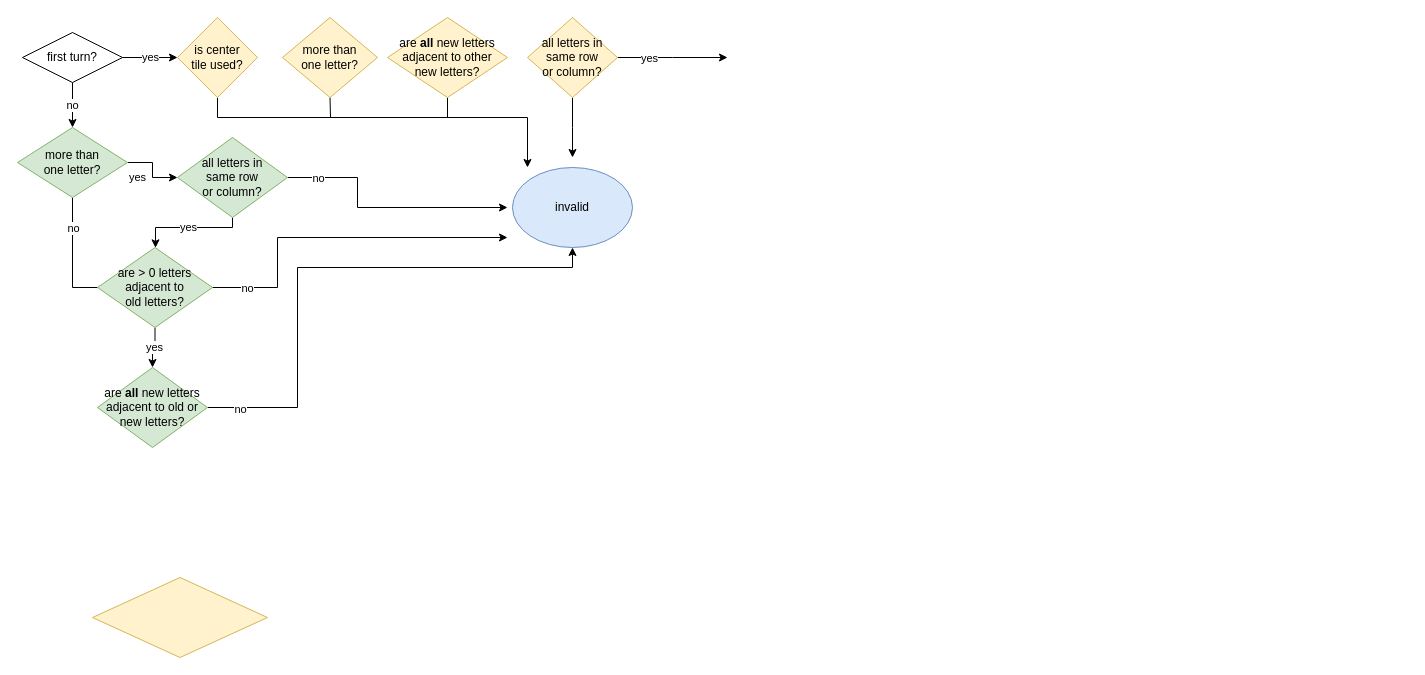
The draw.io diagram scrooble_scoring.drawio in davebenjoya/scrooble, before the edit. Source tidied: cells renumbered, new cells numbered last; positions are measured from the earlier drawing's top-left corner, leaving out a move shared by most shapes. Both pictures are drawn from the tidied source at 100%, with x=0, y=0 at pixel (17, 17).
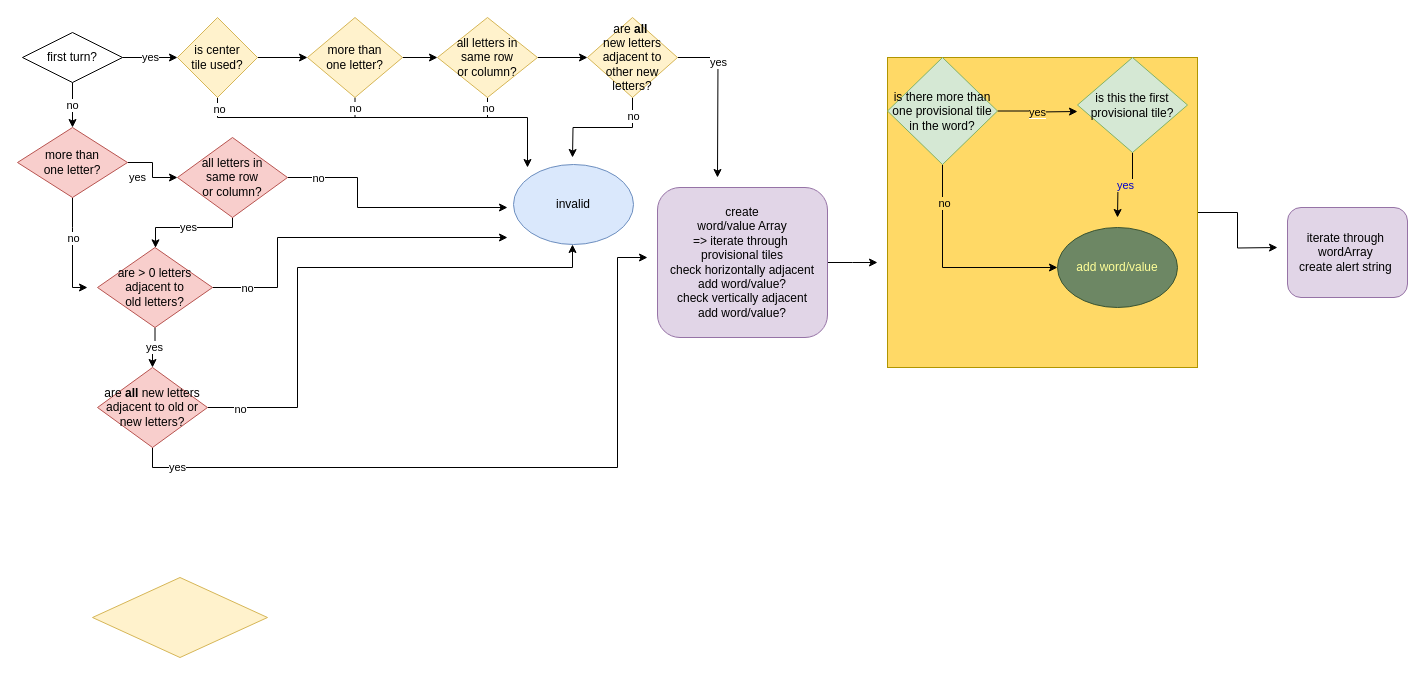
Above is the later version.

Unchanged cells that the change refers to:
```xml
<mxCell id="18" style="edgeStyle=orthogonalEdgeStyle;rounded=0;jettySize=auto;html=1;" parent="1" edge="1" source="19">
  <mxGeometry relative="1" as="geometry">
    <mxPoint x="510" y="150" as="targetPoint" />
    <Array as="points">
      <mxPoint x="200" y="100" />
      <mxPoint x="510" y="100" />
    </Array>
  </mxGeometry>
</mxCell>
<mxCell id="19" value="is center &lt;br&gt;tile used?" style="rhombus;whiteSpace=wrap;html=1;fillColor=#fff2cc;strokeColor=#d6b656;" parent="1" vertex="1">
  <mxGeometry x="160" width="80" height="80" as="geometry" />
</mxCell>
<mxCell id="28" style="edgeStyle=orthogonalEdgeStyle;rounded=0;jettySize=auto;html=1;exitX=0.5;exitY=1;exitDx=0;exitDy=0;" parent="1" edge="1" source="31">
  <mxGeometry relative="1" as="geometry">
    <mxPoint x="555" y="140" as="targetPoint" />
  </mxGeometry>
</mxCell>
```

The edit, as a diff of the source:
```diff
@@
+    <mxCell id="32" style="edgeStyle=orthogonalEdgeStyle;rounded=0;jettySize=auto;html=1;startArrow=none;startFill=0;endArrow=classic;endFill=1;strokeWidth=1;fillColor=#85FFFB;fontColor=#0000CC;" parent="1" edge="1" source="33">
+      <mxGeometry relative="1" as="geometry">
+        <mxPoint x="1260" y="230" as="targetPoint" />
+      </mxGeometry>
+    </mxCell>
+    <mxCell id="33" style="whiteSpace=wrap;html=1;strokeColor=#B09500;fontColor=#ffffff;fillColor=#FFD966;" parent="1" vertex="1">
+      <mxGeometry x="870" y="40" width="310" height="310" as="geometry" />
+    </mxCell>
@@
     <mxCell id="3" style="edgeStyle=orthogonalEdgeStyle;rounded=0;jettySize=auto;html=1;" parent="1" edge="1" source="5">
       <mxGeometry relative="1" as="geometry">
-        <mxPoint x="190" y="270" as="targetPoint" />
+        <mxPoint x="70" y="270" as="targetPoint" />
         <Array as="points">
-          <mxPoint x="55" y="270" />
+          <mxPoint x="55" y="210" />
+          <mxPoint x="55" y="210" />
         </Array>
       </mxGeometry>
     </mxCell>
     <mxCell id="4" value="no" style="edgeLabel;html=1;align=center;verticalAlign=middle;" parent="3" vertex="1">
       <mxGeometry x="0.13" y="-3" relative="1" as="geometry">
-        <mxPoint x="-37" y="-63" as="offset" />
+        <mxPoint x="3" y="-19" as="offset" />
       </mxGeometry>
     </mxCell>
-    <mxCell id="5" value="more than &lt;br&gt;one letter?" style="rhombus;whiteSpace=wrap;html=1;fillColor=#d5e8d4;strokeColor=#82b366;" parent="1" vertex="1">
+    <mxCell id="5" value="more than &lt;br&gt;one letter?" style="rhombus;whiteSpace=wrap;html=1;fillColor=#f8cecc;strokeColor=#b85450;" parent="1" vertex="1">
       <mxGeometry y="110" width="110" height="70" as="geometry" />
     </mxCell>
@@
-    <mxCell id="9" value="all letters in &lt;br&gt;same row &lt;br&gt;or column?" style="rhombus;whiteSpace=wrap;html=1;fillColor=#d5e8d4;strokeColor=#82b366;" parent="1" vertex="1">
+    <mxCell id="9" value="all letters in &lt;br&gt;same row &lt;br&gt;or column?" style="rhombus;whiteSpace=wrap;html=1;fillColor=#f8cecc;strokeColor=#b85450;" parent="1" vertex="1">
       <mxGeometry x="160" y="120" width="110" height="80" as="geometry" />
     </mxCell>
@@
+    <mxCell id="34" style="edgeStyle=orthogonalEdgeStyle;rounded=0;jettySize=auto;html=1;exitX=0.5;exitY=1;exitDx=0;exitDy=0;startArrow=none;startFill=0;endArrow=classic;endFill=1;" parent="1" edge="1" source="12">
+      <mxGeometry relative="1" as="geometry">
+        <mxPoint x="630" y="240" as="targetPoint" />
+        <Array as="points">
+          <mxPoint x="135" y="450" />
+          <mxPoint x="600" y="450" />
+          <mxPoint x="600" y="240" />
+        </Array>
+      </mxGeometry>
+    </mxCell>
+    <mxCell id="35" value="yes" style="edgeLabel;html=1;align=center;verticalAlign=middle;" parent="34" vertex="1">
+      <mxGeometry x="-0.88" y="1" relative="1" as="geometry" />
+    </mxCell>
-    <mxCell id="12" value="are &lt;b&gt;all&lt;/b&gt; new letters &lt;br&gt;adjacent to old or &lt;br&gt;new letters?" style="rhombus;whiteSpace=wrap;html=1;fillColor=#d5e8d4;strokeColor=#82b366;" parent="1" vertex="1">
+    <mxCell id="12" value="are &lt;b&gt;all&lt;/b&gt; new letters &lt;br&gt;adjacent to old or &lt;br&gt;new letters?" style="rhombus;whiteSpace=wrap;html=1;fillColor=#f8cecc;strokeColor=#b85450;" parent="1" vertex="1">
       <mxGeometry x="80" y="350" width="110" height="80" as="geometry" />
     </mxCell>
@@
     <mxCell id="14" value="invalid" style="ellipse;whiteSpace=wrap;html=1;fillColor=#dae8fc;strokeColor=#6c8ebf;" parent="1" vertex="1">
-      <mxGeometry x="495" y="150" width="120" height="80" as="geometry" />
+      <mxGeometry x="496" y="147" width="120" height="80" as="geometry" />
     </mxCell>
@@
+    <mxCell id="36" value="no" style="edgeLabel;html=1;align=center;verticalAlign=middle;" parent="18" vertex="1">
+      <mxGeometry x="-0.94" y="1" relative="1" as="geometry" />
+    </mxCell>
+    <mxCell id="37" style="edgeStyle=orthogonalEdgeStyle;rounded=0;jettySize=auto;html=1;startArrow=none;startFill=0;endArrow=classic;endFill=1;" parent="1" edge="1" source="19" target="27">
+      <mxGeometry relative="1" as="geometry" />
+    </mxCell>
@@
-    <mxCell id="23" value="are &amp;gt; 0 letters&lt;br&gt;adjacent to &lt;br&gt;old letters?" style="rhombus;whiteSpace=wrap;html=1;fillColor=#d5e8d4;strokeColor=#82b366;" parent="1" vertex="1">
+    <mxCell id="23" value="are &amp;gt; 0 letters&lt;br&gt;adjacent to &lt;br&gt;old letters?" style="rhombus;whiteSpace=wrap;html=1;fillColor=#f8cecc;strokeColor=#b85450;" parent="1" vertex="1">
       <mxGeometry x="80" y="230" width="115" height="80" as="geometry" />
     </mxCell>
     <mxCell id="24" style="edgeStyle=orthogonalEdgeStyle;rounded=0;jettySize=auto;html=1;exitX=0.5;exitY=1;exitDx=0;exitDy=0;startArrow=none;startFill=0;endArrow=none;endFill=0;" parent="1" edge="1" source="25">
       <mxGeometry relative="1" as="geometry">
-        <mxPoint x="430" y="100" as="targetPoint" />
+        <mxPoint x="440" y="100" as="targetPoint" />
+        <Array as="points">
+          <mxPoint x="470" y="100" />
+        </Array>
       </mxGeometry>
     </mxCell>
+    <mxCell id="38" value="no" style="edgeLabel;html=1;align=center;verticalAlign=middle;" parent="24" vertex="1">
+      <mxGeometry x="-0.2" y="1" relative="1" as="geometry">
+        <mxPoint y="-11" as="offset" />
+      </mxGeometry>
+    </mxCell>
+    <mxCell id="39" style="edgeStyle=orthogonalEdgeStyle;rounded=0;jettySize=auto;html=1;exitX=1;exitY=0.5;exitDx=0;exitDy=0;startArrow=none;startFill=0;endArrow=classic;endFill=1;entryX=0;entryY=0.5;entryDx=0;entryDy=0;" parent="1" edge="1" source="25" target="31">
+      <mxGeometry relative="1" as="geometry" />
+    </mxCell>
-    <mxCell id="25" value="are &lt;b&gt;all&lt;/b&gt; new letters &lt;br&gt;adjacent to other&lt;br&gt;new letters?" style="rhombus;whiteSpace=wrap;html=1;fillColor=#fff2cc;strokeColor=#d6b656;" parent="1" vertex="1">
-      <mxGeometry x="370" width="120" height="80" as="geometry" />
+    <mxCell id="25" value="all letters in&lt;br&gt;same row&lt;br&gt;or column?" style="rhombus;whiteSpace=wrap;html=1;fillColor=#fff2cc;strokeColor=#d6b656;" parent="1" vertex="1">
+      <mxGeometry x="420" width="100" height="80" as="geometry" />
     </mxCell>
     <mxCell id="26" style="edgeStyle=orthogonalEdgeStyle;rounded=0;jettySize=auto;html=1;exitX=0.5;exitY=1;exitDx=0;exitDy=0;endArrow=none;endFill=0;" parent="1" edge="1" source="27">
       <mxGeometry relative="1" as="geometry">
         <mxPoint x="313" y="100" as="targetPoint" />
+        <Array as="points">
+          <mxPoint x="338" y="100" />
+        </Array>
       </mxGeometry>
     </mxCell>
+    <mxCell id="40" value="no" style="edgeLabel;html=1;align=center;verticalAlign=middle;" parent="26" vertex="1">
+      <mxGeometry relative="1" as="geometry">
+        <mxPoint x="2" y="-10" as="offset" />
+      </mxGeometry>
+    </mxCell>
+    <mxCell id="41" style="edgeStyle=orthogonalEdgeStyle;rounded=0;jettySize=auto;html=1;startArrow=none;startFill=0;endArrow=classic;endFill=1;" parent="1" edge="1" source="27" target="25">
+      <mxGeometry relative="1" as="geometry" />
+    </mxCell>
     <mxCell id="27" value="more than &lt;br&gt;one letter?" style="rhombus;whiteSpace=wrap;html=1;fillColor=#fff2cc;strokeColor=#d6b656;" parent="1" vertex="1">
-      <mxGeometry x="265" width="95" height="80" as="geometry" />
+      <mxGeometry x="290" width="95" height="80" as="geometry" />
     </mxCell>
@@
+    <mxCell id="42" value="no" style="edgeLabel;html=1;align=center;verticalAlign=middle;" parent="28" vertex="1">
+      <mxGeometry x="-0.7" relative="1" as="geometry" />
+    </mxCell>
     <mxCell id="29" style="edgeStyle=orthogonalEdgeStyle;rounded=0;jettySize=auto;html=1;exitX=1;exitY=0.5;exitDx=0;exitDy=0;startArrow=none;startFill=0;endArrow=classic;endFill=1;" parent="1" edge="1" source="31">
       <mxGeometry relative="1" as="geometry">
-        <mxPoint x="710" y="40" as="targetPoint" />
+        <mxPoint x="700" y="160" as="targetPoint" />
       </mxGeometry>
     </mxCell>
@@
-    <mxCell id="31" value="all letters in &lt;br&gt;same row &lt;br&gt;or column?" style="rhombus;whiteSpace=wrap;html=1;fillColor=#fff2cc;strokeColor=#d6b656;" parent="1" vertex="1">
-      <mxGeometry x="510" width="90" height="80" as="geometry" />
+    <mxCell id="31" value="are&amp;nbsp;&lt;b&gt;all&lt;/b&gt;&amp;nbsp;&lt;br&gt;new letters&lt;br&gt;adjacent to other new letters?" style="rhombus;whiteSpace=wrap;html=1;fillColor=#fff2cc;strokeColor=#d6b656;" parent="1" vertex="1">
+      <mxGeometry x="570" width="90" height="80" as="geometry" />
     </mxCell>
+    <mxCell id="43" style="edgeStyle=orthogonalEdgeStyle;rounded=0;jettySize=auto;html=1;startArrow=none;startFill=0;endArrow=classic;endFill=1;strokeWidth=1;fillColor=#85FFFB;fontColor=#0000CC;" parent="1" edge="1" source="44">
+      <mxGeometry relative="1" as="geometry">
+        <mxPoint x="860" y="245" as="targetPoint" />
+      </mxGeometry>
+    </mxCell>
+    <mxCell id="44" value="create &lt;br&gt;word/value Array&lt;br&gt;=&amp;gt; iterate through&amp;nbsp;&lt;br&gt;provisional tiles&lt;br&gt;check horizontally adjacent&lt;br&gt;add word/value?&lt;br&gt;check vertically adjacent&lt;br&gt;add word/value?" style="rounded=1;whiteSpace=wrap;html=1;fillColor=#e1d5e7;strokeColor=#9673a6;" parent="1" vertex="1">
+      <mxGeometry x="640" y="170" width="170" height="150" as="geometry" />
+    </mxCell>
+    <mxCell id="45" value="iterate through&amp;nbsp;&lt;br&gt;wordArray&amp;nbsp;&lt;br&gt;create alert string&amp;nbsp;" style="rounded=1;whiteSpace=wrap;html=1;fillColor=#e1d5e7;strokeColor=#9673a6;" parent="1" vertex="1">
+      <mxGeometry x="1270" y="190" width="120" height="90" as="geometry" />
+    </mxCell>
+    <mxCell id="46" value="&lt;span style=&quot;background-color: rgb(255 , 217 , 102)&quot;&gt;yes&lt;/span&gt;" style="edgeStyle=orthogonalEdgeStyle;rounded=0;jettySize=auto;html=1;startArrow=none;startFill=0;endArrow=classic;endFill=1;" parent="1" edge="1" source="49">
+      <mxGeometry relative="1" as="geometry">
+        <mxPoint x="1060" y="94" as="targetPoint" />
+      </mxGeometry>
+    </mxCell>
+    <mxCell id="47" style="edgeStyle=orthogonalEdgeStyle;rounded=0;jettySize=auto;html=1;exitX=0.5;exitY=1;exitDx=0;exitDy=0;startArrow=none;startFill=0;endArrow=classic;endFill=1;entryX=0;entryY=0.5;entryDx=0;entryDy=0;" parent="1" edge="1" source="49" target="52">
+      <mxGeometry relative="1" as="geometry">
+        <Array as="points">
+          <mxPoint x="925" y="250" />
+        </Array>
+      </mxGeometry>
+    </mxCell>
+    <mxCell id="48" value="no" style="edgeLabel;html=1;align=center;verticalAlign=middle;labelBackgroundColor=#FFD966;" parent="47" vertex="1">
+      <mxGeometry x="-0.84" y="1" relative="1" as="geometry">
+        <mxPoint y="21" as="offset" />
+      </mxGeometry>
+    </mxCell>
+    <mxCell id="49" value="is there more than one provisional tile in the word?" style="rhombus;whiteSpace=wrap;html=1;fillColor=#d5e8d4;strokeColor=#82b366;" parent="1" vertex="1">
+      <mxGeometry x="870" y="40" width="110" height="107" as="geometry" />
+    </mxCell>
+    <mxCell id="50" value="&lt;span style=&quot;&quot;&gt;yes&lt;/span&gt;" style="edgeStyle=orthogonalEdgeStyle;rounded=0;jettySize=auto;html=1;exitX=0.5;exitY=1;exitDx=0;exitDy=0;startArrow=none;startFill=0;endArrow=classic;endFill=1;fontColor=#0000CC;labelBackgroundColor=#FFD966;" parent="1" edge="1" source="51">
+      <mxGeometry relative="1" as="geometry">
+        <mxPoint x="1100" y="200" as="targetPoint" />
+      </mxGeometry>
+    </mxCell>
+    <mxCell id="51" value="is this the first provisional tile?" style="rhombus;whiteSpace=wrap;html=1;fillColor=#d5e8d4;strokeColor=#82b366;" parent="1" vertex="1">
+      <mxGeometry x="1060" y="40" width="110" height="95" as="geometry" />
+    </mxCell>
+    <mxCell id="52" value="&lt;font color=&quot;#ffff99&quot;&gt;add word/value&lt;/font&gt;" style="ellipse;whiteSpace=wrap;html=1;fontColor=#ffffff;fillColor=#6d8764;strokeColor=#3A5431;" parent="1" vertex="1">
+      <mxGeometry x="1040" y="210" width="120" height="80" as="geometry" />
+    </mxCell>
```
